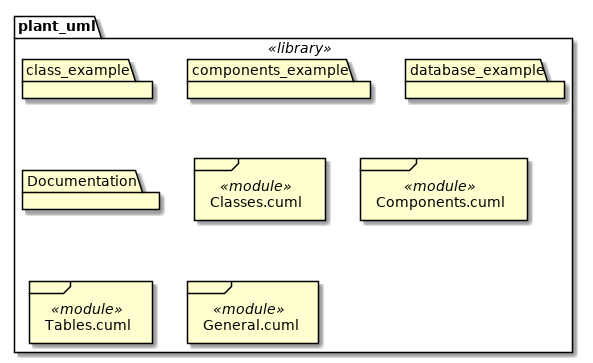
This is Documentation/Images/plant_uml_components.png from FooBarShebang/plant_uml, a PlantUML export, as it was before one commit. Source of this version:
```plantuml
@startuml plant_uml_components


















package "plant_uml" <<library>> {
    folder class_example

    folder components_example

    folder database_example

    folder Documentation

    frame "Classes.cuml" <<module>>

    frame "Components.cuml" <<module>>

    frame "Tables.cuml" <<module>>

    frame "General.cuml" <<module>>
}

@enduml
```
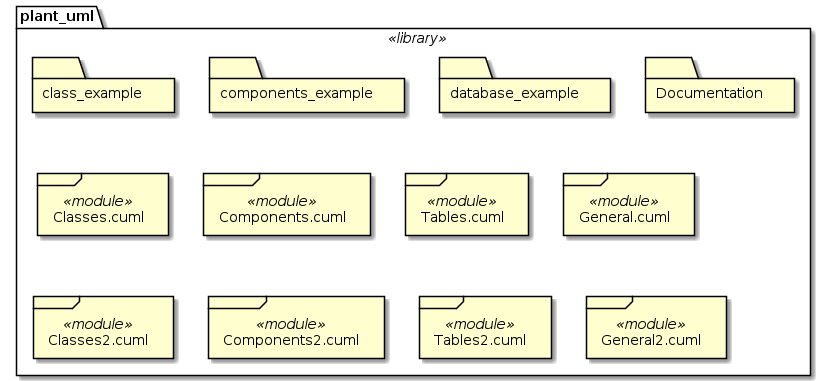
The same diagram one commit later.

The edit, as a diff of the source:
```diff
@@ -1,23 +1,8 @@
 @startuml plant_uml_components
 
+!include ../../Components2.cuml
 
-
-
-
-
-
-
-
-
-
-
-
-
-
-
-
-
-package "plant_uml" <<library>> {
+$library(plant_uml) {
     folder class_example
 
     folder components_example
@@ -26,13 +11,21 @@
 
     folder Documentation
 
-    frame "Classes.cuml" <<module>>
+    $module(Classes.cuml)
 
-    frame "Components.cuml" <<module>>
+    $module(Components.cuml)
 
-    frame "Tables.cuml" <<module>>
+    $module(Tables.cuml)
 
-    frame "General.cuml" <<module>>
+    $module(General.cuml)
+
+    $module(Classes2.cuml)
+
+    $module(Components2.cuml)
+
+    $module(Tables2.cuml)
+
+    $module(General2.cuml)
 }
 
 @enduml
```
